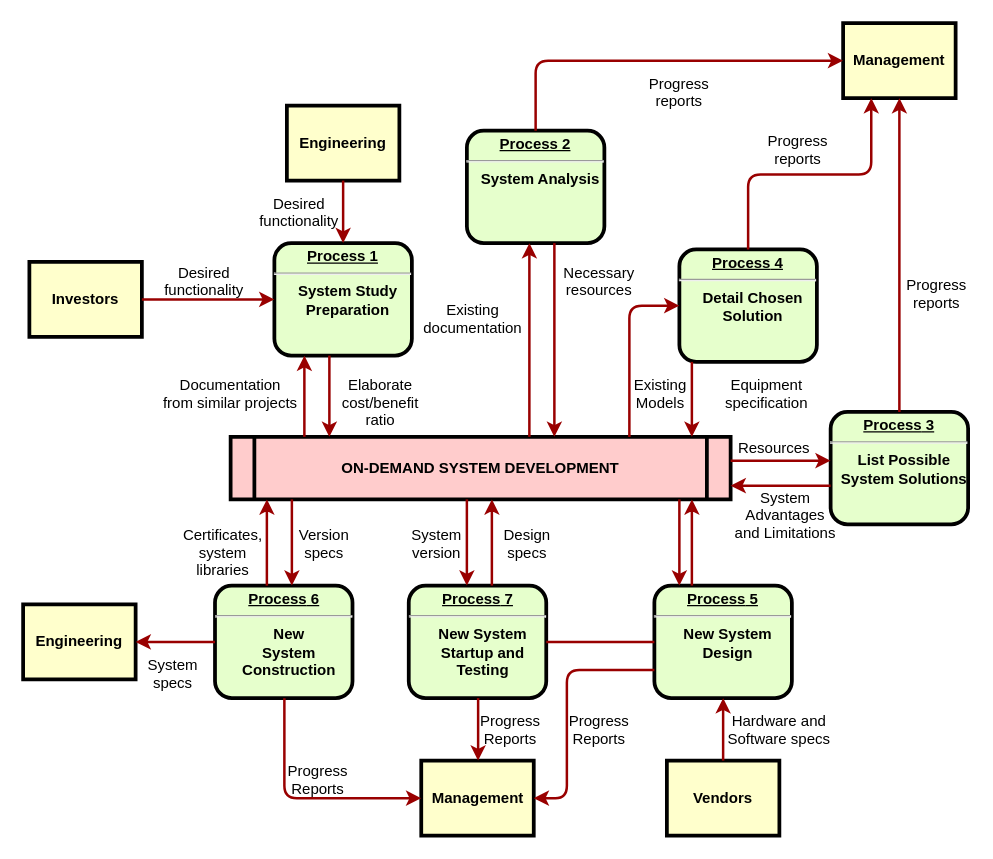
Above: Untitled Diagram.drawio in mtitinger/zz_doc (draw.io), before the change. Source tidied: cells renumbered, new cells numbered last; positions are measured from the earlier drawing's top-left corner, leaving out a move shared by most shapes. Both pictures are drawn from the tidied source at 125%, with x=0, y=0 at pixel (22, 22).
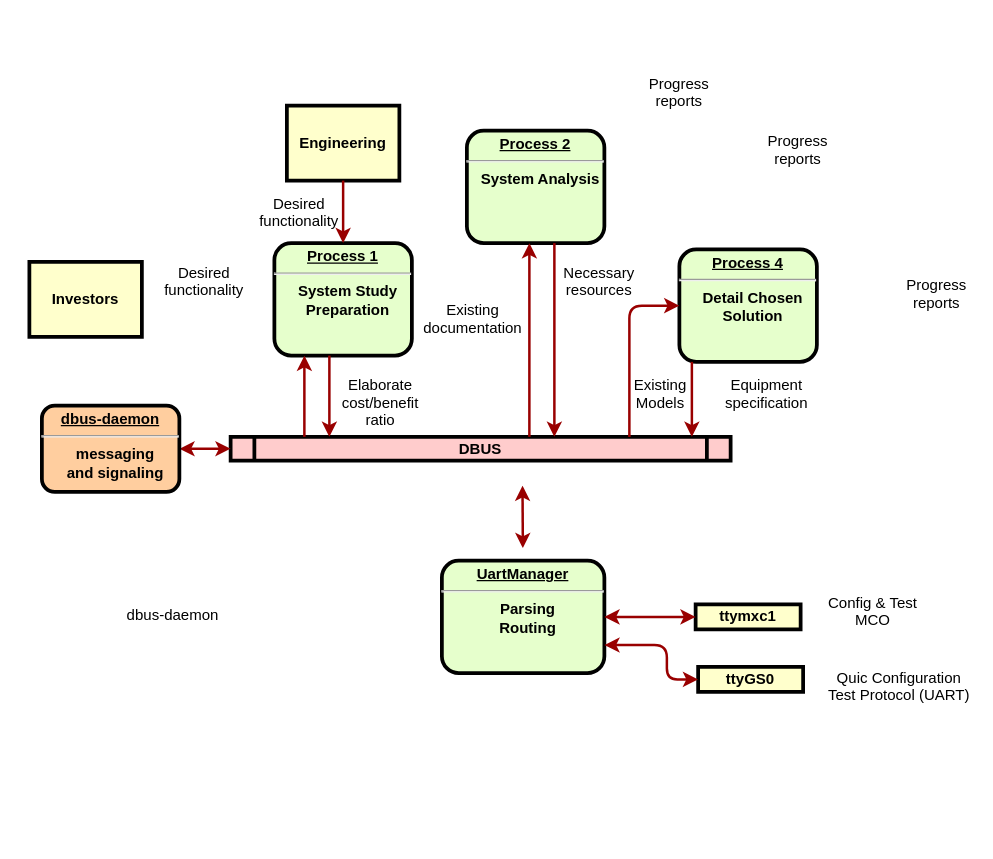
Above is the later version.

The change refers to these unchanged cells:
```xml
<mxCell id="2" value="&lt;p style=&quot;margin: 0px; margin-top: 4px; text-align: center; text-decoration: underline;&quot;&gt;&lt;strong&gt;Process 1&lt;br /&gt;&lt;/strong&gt;&lt;/p&gt;&lt;hr /&gt;&lt;p style=&quot;margin: 0px; margin-left: 8px;&quot;&gt;System Study&lt;/p&gt;&lt;p style=&quot;margin: 0px; margin-left: 8px;&quot;&gt;Preparation&lt;/p&gt;" style="verticalAlign=middle;align=center;overflow=fill;fontSize=12;fontFamily=Helvetica;html=1;rounded=1;fontStyle=1;strokeWidth=3;fillColor=#E6FFCC;" parent="1" vertex="1">
  <mxGeometry x="201" y="176" width="110" height="90" as="geometry" />
</mxCell>
<mxCell id="4" value="Investors" style="whiteSpace=wrap;align=center;verticalAlign=middle;fontStyle=1;strokeWidth=3;fillColor=#FFFFCC;" parent="1" vertex="1">
  <mxGeometry x="5" y="191" width="90" height="60" as="geometry" />
</mxCell>
<mxCell id="6" value="&lt;p style=&quot;margin: 0px; margin-top: 4px; text-align: center; text-decoration: underline;&quot;&gt;&lt;strong&gt;Process 2&lt;br /&gt;&lt;/strong&gt;&lt;/p&gt;&lt;hr /&gt;&lt;p style=&quot;margin: 0px; margin-left: 8px;&quot;&gt;System Analysis&lt;/p&gt;" style="verticalAlign=middle;align=center;overflow=fill;fontSize=12;fontFamily=Helvetica;html=1;rounded=1;fontStyle=1;strokeWidth=3;fillColor=#E6FFCC;" parent="1" vertex="1">
  <mxGeometry x="355" y="86" width="110" height="90" as="geometry" />
</mxCell>
<mxCell id="8" value="&lt;p style=&quot;margin: 0px; margin-top: 4px; text-align: center; text-decoration: underline;&quot;&gt;&lt;strong&gt;&lt;strong&gt;Process&lt;/strong&gt; 4&lt;br /&gt;&lt;/strong&gt;&lt;/p&gt;&lt;hr /&gt;&lt;p style=&quot;margin: 0px; margin-left: 8px;&quot;&gt;Detail Chosen&lt;/p&gt;&lt;p style=&quot;margin: 0px; margin-left: 8px;&quot;&gt;Solution&lt;/p&gt;" style="verticalAlign=middle;align=center;overflow=fill;fontSize=12;fontFamily=Helvetica;html=1;rounded=1;fontStyle=1;strokeWidth=3;fillColor=#E6FFCC;" parent="1" vertex="1">
  <mxGeometry x="525" y="181" width="110" height="90" as="geometry" />
</mxCell>
```

The edit, as a diff of the source:
```diff
@@
-    <mxCell id="5" value="ON-DEMAND SYSTEM DEVELOPMENT" style="shape=process;whiteSpace=wrap;align=center;verticalAlign=middle;size=0.0475;fontStyle=1;strokeWidth=3;fillColor=#FFCCCC;" parent="1" vertex="1">
-      <mxGeometry x="166" y="331" width="400" height="50" as="geometry" />
+    <mxCell id="5" value="DBUS" style="shape=process;whiteSpace=wrap;align=center;verticalAlign=middle;size=0.0475;fontStyle=1;strokeWidth=3;fillColor=#FFCCCC;" parent="1" vertex="1">
+      <mxGeometry x="166" y="331" width="400" height="19" as="geometry" />
     </mxCell>
@@
-    <mxCell id="7" value="&lt;p style=&quot;margin: 0px; margin-top: 4px; text-align: center; text-decoration: underline;&quot;&gt;&lt;strong&gt;&lt;strong&gt;Process&lt;/strong&gt; 3&lt;br /&gt;&lt;/strong&gt;&lt;/p&gt;&lt;hr /&gt;&lt;p style=&quot;margin: 0px; margin-left: 8px;&quot;&gt;List Possible&lt;/p&gt;&lt;p style=&quot;margin: 0px; margin-left: 8px;&quot;&gt;System Solutions&lt;/p&gt;" style="verticalAlign=middle;align=center;overflow=fill;fontSize=12;fontFamily=Helvetica;html=1;rounded=1;fontStyle=1;strokeWidth=3;fillColor=#E6FFCC;" parent="1" vertex="1">
-      <mxGeometry x="646" y="311" width="110" height="90" as="geometry" />
-    </mxCell>
@@
-    <mxCell id="9" value="&lt;p style=&quot;margin: 0px; margin-top: 4px; text-align: center; text-decoration: underline;&quot;&gt;&lt;strong&gt;&lt;strong&gt;Process&lt;/strong&gt; 5&lt;br /&gt;&lt;/strong&gt;&lt;/p&gt;&lt;hr /&gt;&lt;p style=&quot;margin: 0px; margin-left: 8px;&quot;&gt;New System&lt;/p&gt;&lt;p style=&quot;margin: 0px; margin-left: 8px;&quot;&gt;Design&lt;/p&gt;" style="verticalAlign=middle;align=center;overflow=fill;fontSize=12;fontFamily=Helvetica;html=1;rounded=1;fontStyle=1;strokeWidth=3;fillColor=#E6FFCC;" parent="1" vertex="1">
-      <mxGeometry x="505" y="450" width="110" height="90" as="geometry" />
+    <mxCell id="9" value="&lt;p style=&quot;margin: 0px ; margin-top: 4px ; text-align: center ; text-decoration: underline&quot;&gt;&lt;strong&gt;UartManager&lt;br&gt;&lt;/strong&gt;&lt;/p&gt;&lt;hr&gt;&lt;p style=&quot;margin: 0px ; margin-left: 8px&quot;&gt;&lt;span&gt;Parsing&lt;/span&gt;&lt;br&gt;&lt;/p&gt;&lt;p style=&quot;margin: 0px ; margin-left: 8px&quot;&gt;&lt;span&gt;Routing&lt;/span&gt;&lt;/p&gt;&lt;p style=&quot;margin: 0px ; margin-left: 8px&quot;&gt;&lt;br&gt;&lt;/p&gt;" style="verticalAlign=middle;align=center;overflow=fill;fontSize=12;fontFamily=Helvetica;html=1;rounded=1;fontStyle=1;strokeWidth=3;fillColor=#E6FFCC;" parent="1" vertex="1">
+      <mxGeometry x="335" y="430" width="130" height="90" as="geometry" />
     </mxCell>
-    <mxCell id="10" value="&lt;p style=&quot;margin: 0px; margin-top: 4px; text-align: center; text-decoration: underline;&quot;&gt;&lt;strong&gt;&lt;strong&gt;Process&lt;/strong&gt; 6&lt;br /&gt;&lt;/strong&gt;&lt;/p&gt;&lt;hr /&gt;&lt;p style=&quot;margin: 0px; margin-left: 8px;&quot;&gt;New&lt;/p&gt;&lt;p style=&quot;margin: 0px; margin-left: 8px;&quot;&gt;System&lt;/p&gt;&lt;p style=&quot;margin: 0px; margin-left: 8px;&quot;&gt;Construction&lt;/p&gt;" style="verticalAlign=middle;align=center;overflow=fill;fontSize=12;fontFamily=Helvetica;html=1;rounded=1;fontStyle=1;strokeWidth=3;fillColor=#E6FFCC;" parent="1" vertex="1">
-      <mxGeometry x="153.5" y="450" width="110" height="90" as="geometry" />
-    </mxCell>
-    <mxCell id="11" value="Management" style="whiteSpace=wrap;align=center;verticalAlign=middle;fontStyle=1;strokeWidth=3;fillColor=#FFFFCC;" parent="1" vertex="1">
-      <mxGeometry x="656" width="90" height="60" as="geometry" />
+    <mxCell id="11" value="ttyGS0" style="whiteSpace=wrap;align=center;verticalAlign=middle;fontStyle=1;strokeWidth=3;fillColor=#FFFFCC;" parent="1" vertex="1">
+      <mxGeometry x="540" y="515" width="84" height="20" as="geometry" />
     </mxCell>
-    <mxCell id="12" value="Management" style="whiteSpace=wrap;align=center;verticalAlign=middle;fontStyle=1;strokeWidth=3;fillColor=#FFFFCC;" parent="1" vertex="1">
-      <mxGeometry x="318.5" y="590" width="90" height="60" as="geometry" />
-    </mxCell>
-    <mxCell id="13" value="Engineering" style="whiteSpace=wrap;align=center;verticalAlign=middle;fontStyle=1;strokeWidth=3;fillColor=#FFFFCC;" parent="1" vertex="1">
-      <mxGeometry y="465" width="90" height="60" as="geometry" />
-    </mxCell>
-    <mxCell id="14" value="Vendors" style="whiteSpace=wrap;align=center;verticalAlign=middle;fontStyle=1;strokeWidth=3;fillColor=#FFFFCC;" parent="1" vertex="1">
-      <mxGeometry x="515" y="590" width="90" height="60" as="geometry" />
+    <mxCell id="14" value="ttymxc1" style="whiteSpace=wrap;align=center;verticalAlign=middle;fontStyle=1;strokeWidth=3;fillColor=#FFFFCC;" parent="1" vertex="1">
+      <mxGeometry x="538" y="465" width="84" height="20" as="geometry" />
     </mxCell>
@@
-    <mxCell id="16" style="edgeStyle=none;noEdgeStyle=1;strokeColor=#990000;strokeWidth=2;" parent="1" edge="1" source="4" target="2">
+    <mxCell id="16" style="edgeStyle=none;noEdgeStyle=1;strokeColor=#990000;strokeWidth=2;exitX=1;exitY=0.5;exitDx=0;exitDy=0;entryX=0;entryY=0.5;entryDx=0;entryDy=0;startArrow=classic;startFill=1;" parent="1" edge="1" source="63" target="5">
       <mxGeometry relative="1" as="geometry" />
     </mxCell>
-    <mxCell id="17" value="&lt;p style=&quot;margin: 0px; margin-top: 4px; text-align: center; text-decoration: underline;&quot;&gt;&lt;strong&gt;&lt;strong&gt;Process&lt;/strong&gt; 7&lt;br /&gt;&lt;/strong&gt;&lt;/p&gt;&lt;hr /&gt;&lt;p style=&quot;margin: 0px; margin-left: 8px;&quot;&gt;New System&lt;/p&gt;&lt;p style=&quot;margin: 0px; margin-left: 8px;&quot;&gt;Startup and&lt;/p&gt;&lt;p style=&quot;margin: 0px; margin-left: 8px;&quot;&gt;Testing&lt;/p&gt;" style="verticalAlign=middle;align=center;overflow=fill;fontSize=12;fontFamily=Helvetica;html=1;rounded=1;fontStyle=1;strokeWidth=3;fillColor=#E6FFCC;" parent="1" vertex="1">
-      <mxGeometry x="308.5" y="450" width="110" height="90" as="geometry" />
-    </mxCell>
-    <mxCell id="18" style="endArrow=none;noEdgeStyle=1;strokeColor=#990000;strokeWidth=2;" parent="1" edge="1" source="9" target="17">
-      <mxGeometry relative="1" as="geometry" />
-    </mxCell>
@@
-    <mxCell id="21" value="Documentation&#10;from similar projects" style="text;spacingTop=-5;align=center;" parent="1" vertex="1">
-      <mxGeometry x="151" y="281" width="30" height="20" as="geometry" />
-    </mxCell>
@@
-    <mxCell id="32" style="edgeStyle=elbowEdgeStyle;elbow=horizontal;strokeColor=#990000;strokeWidth=2;" parent="1" edge="1" source="6" target="11">
-      <mxGeometry relative="1" as="geometry">
-        <Array as="points">
-          <mxPoint x="410" y="80" />
-        </Array>
-      </mxGeometry>
-    </mxCell>
-    <mxCell id="33" style="edgeStyle=elbowEdgeStyle;elbow=vertical;entryX=0.25;entryY=1;strokeColor=#990000;strokeWidth=2;" parent="1" edge="1" source="8" target="11">
-      <mxGeometry relative="1" as="geometry" />
-    </mxCell>
-    <mxCell id="34" style="edgeStyle=elbowEdgeStyle;elbow=horizontal;strokeColor=#990000;strokeWidth=2;" parent="1" edge="1" source="7" target="11">
-      <mxGeometry relative="1" as="geometry" />
-    </mxCell>
@@
-    <mxCell id="39" style="edgeStyle=elbowEdgeStyle;elbow=vertical;strokeColor=#990000;strokeWidth=2;" parent="1" edge="1" source="5" target="7">
-      <mxGeometry relative="1" as="geometry">
-        <Array as="points">
-          <mxPoint x="615" y="350" />
-        </Array>
-      </mxGeometry>
-    </mxCell>
-    <mxCell id="40" style="edgeStyle=elbowEdgeStyle;elbow=vertical;strokeColor=#990000;strokeWidth=2;" parent="1" edge="1" source="7" target="5">
-      <mxGeometry relative="1" as="geometry">
-        <Array as="points">
-          <mxPoint x="615" y="370" />
-        </Array>
-      </mxGeometry>
-    </mxCell>
-    <mxCell id="41" value="Resources" style="text;spacingTop=-5;align=center;" parent="1" vertex="1">
-      <mxGeometry x="586" y="331" width="30" height="20" as="geometry" />
-    </mxCell>
-    <mxCell id="42" value="System &#10;Advantages &#10;and Limitations" style="text;spacingTop=-5;align=center;" parent="1" vertex="1">
-      <mxGeometry x="595" y="371" width="30" height="20" as="geometry" />
-    </mxCell>
-    <mxCell id="43" style="edgeStyle=elbowEdgeStyle;elbow=horizontal;strokeColor=#990000;strokeWidth=2;" parent="1" edge="1" source="9" target="5">
-      <mxGeometry relative="1" as="geometry">
-        <Array as="points">
-          <mxPoint x="535" y="410" />
-        </Array>
-      </mxGeometry>
-    </mxCell>
-    <mxCell id="44" style="edgeStyle=elbowEdgeStyle;elbow=horizontal;strokeColor=#990000;strokeWidth=2;" parent="1" edge="1" source="5" target="9">
-      <mxGeometry relative="1" as="geometry">
-        <Array as="points">
-          <mxPoint x="525" y="420" />
-        </Array>
-      </mxGeometry>
-    </mxCell>
-    <mxCell id="45" style="edgeStyle=elbowEdgeStyle;elbow=horizontal;strokeColor=#990000;strokeWidth=2;" parent="1" edge="1" source="14" target="9">
-      <mxGeometry relative="1" as="geometry" />
-    </mxCell>
-    <mxCell id="46" value="Hardware and&#10;Software specs" style="text;spacingTop=-5;align=center;" parent="1" vertex="1">
-      <mxGeometry x="590" y="550" width="30" height="20" as="geometry" />
-    </mxCell>
-    <mxCell id="47" style="edgeStyle=elbowEdgeStyle;elbow=horizontal;exitX=0;exitY=0.75;strokeColor=#990000;strokeWidth=2;" parent="1" edge="1" source="9" target="12">
-      <mxGeometry relative="1" as="geometry">
-        <Array as="points">
-          <mxPoint x="435" y="570" />
-        </Array>
-      </mxGeometry>
-    </mxCell>
-    <mxCell id="48" value="Progress&#10;Reports" style="text;spacingTop=-5;align=center;" parent="1" vertex="1">
-      <mxGeometry x="446" y="550" width="30" height="20" as="geometry" />
+    <mxCell id="48" value="Quic Configuration&#10;Test Protocol (UART)" style="text;spacingTop=-5;align=center;" parent="1" vertex="1">
+      <mxGeometry x="686" y="515" width="30" height="40" as="geometry" />
     </mxCell>
-    <mxCell id="49" style="edgeStyle=elbowEdgeStyle;elbow=horizontal;strokeColor=#990000;strokeWidth=2;" parent="1" edge="1" source="17" target="12">
-      <mxGeometry relative="1" as="geometry" />
-    </mxCell>
-    <mxCell id="50" value="Progress&#10;Reports" style="text;spacingTop=-5;align=center;" parent="1" vertex="1">
-      <mxGeometry x="375" y="550" width="30" height="20" as="geometry" />
-    </mxCell>
-    <mxCell id="51" style="edgeStyle=elbowEdgeStyle;elbow=horizontal;strokeColor=#990000;strokeWidth=2;" parent="1" edge="1" source="10" target="12">
-      <mxGeometry relative="1" as="geometry">
-        <Array as="points">
-          <mxPoint x="209" y="570" />
-        </Array>
-      </mxGeometry>
-    </mxCell>
-    <mxCell id="52" value="Progress&#10;Reports" style="text;spacingTop=-5;align=center;" parent="1" vertex="1">
-      <mxGeometry x="221" y="590" width="30" height="20" as="geometry" />
-    </mxCell>
-    <mxCell id="53" style="edgeStyle=elbowEdgeStyle;elbow=vertical;strokeColor=#990000;strokeWidth=2;" parent="1" edge="1" source="10" target="13">
-      <mxGeometry relative="1" as="geometry" />
-    </mxCell>
-    <mxCell id="54" style="edgeStyle=elbowEdgeStyle;elbow=horizontal;strokeColor=#990000;strokeWidth=2;" parent="1" edge="1" source="5" target="17">
-      <mxGeometry relative="1" as="geometry">
-        <Array as="points">
-          <mxPoint x="355" y="410" />
-        </Array>
-      </mxGeometry>
-    </mxCell>
-    <mxCell id="55" style="edgeStyle=elbowEdgeStyle;elbow=horizontal;strokeColor=#990000;strokeWidth=2;" parent="1" edge="1" source="17" target="5">
-      <mxGeometry relative="1" as="geometry">
-        <Array as="points">
-          <mxPoint x="375" y="410" />
-        </Array>
-      </mxGeometry>
-    </mxCell>
-    <mxCell id="56" value="Version&#10;specs" style="text;spacingTop=-5;align=center;" parent="1" vertex="1">
-      <mxGeometry x="226" y="401" width="30" height="20" as="geometry" />
-    </mxCell>
-    <mxCell id="57" value="Certificates,&#10;system&#10;libraries" style="text;spacingTop=-5;align=center;" parent="1" vertex="1">
-      <mxGeometry x="145" y="401" width="30" height="20" as="geometry" />
+    <mxCell id="57" value="dbus-daemon" style="text;spacingTop=-5;align=center;" parent="1" vertex="1">
+      <mxGeometry x="85" y="465" width="70" height="65" as="geometry" />
     </mxCell>
-    <mxCell id="58" style="edgeStyle=elbowEdgeStyle;elbow=horizontal;strokeColor=#990000;strokeWidth=2;" parent="1" edge="1" source="5" target="10">
-      <mxGeometry relative="1" as="geometry">
-        <Array as="points">
-          <mxPoint x="215" y="410" />
-        </Array>
-      </mxGeometry>
-    </mxCell>
-    <mxCell id="59" style="edgeStyle=elbowEdgeStyle;elbow=horizontal;strokeColor=#990000;strokeWidth=2;" parent="1" edge="1" source="10" target="5">
-      <mxGeometry relative="1" as="geometry">
-        <Array as="points">
-          <mxPoint x="195" y="410" />
-        </Array>
-      </mxGeometry>
-    </mxCell>
-    <mxCell id="60" value="System&#10;specs" style="text;spacingTop=-5;align=center;" parent="1" vertex="1">
-      <mxGeometry x="105" y="505" width="30" height="20" as="geometry" />
-    </mxCell>
-    <mxCell id="61" value="Design&#10;specs" style="text;spacingTop=-5;align=center;" parent="1" vertex="1">
-      <mxGeometry x="388.5" y="401" width="30" height="20" as="geometry" />
-    </mxCell>
-    <mxCell id="62" value="System&#10;version" style="text;spacingTop=-5;align=center;" parent="1" vertex="1">
-      <mxGeometry x="316" y="401" width="30" height="20" as="geometry" />
-    </mxCell>
+    <mxCell id="63" value="&lt;p style=&quot;margin: 0px ; margin-top: 4px ; text-align: center ; text-decoration: underline&quot;&gt;&lt;strong&gt;dbus-daemon&lt;br&gt;&lt;/strong&gt;&lt;/p&gt;&lt;hr&gt;&lt;p style=&quot;margin: 0px ; margin-left: 8px&quot;&gt;messaging&lt;/p&gt;&lt;p style=&quot;margin: 0px ; margin-left: 8px&quot;&gt;and signaling&lt;/p&gt;" style="verticalAlign=middle;align=center;overflow=fill;fontSize=12;fontFamily=Helvetica;html=1;rounded=1;fontStyle=1;strokeWidth=3;fillColor=#FFCE9F;" parent="1" vertex="1">
+      <mxGeometry x="15" y="306" width="110" height="69" as="geometry" />
+    </mxCell>
+    <mxCell id="64" value="Config &amp; Test&#10;MCO" style="text;spacingTop=-5;align=center;" parent="1" vertex="1">
+      <mxGeometry x="665" y="455" width="30" height="40" as="geometry" />
+    </mxCell>
+    <mxCell id="65" style="edgeStyle=elbowEdgeStyle;elbow=horizontal;strokeColor=#990000;strokeWidth=2;entryX=0;entryY=0.5;entryDx=0;entryDy=0;startArrow=classic;startFill=1;exitX=1;exitY=0.5;exitDx=0;exitDy=0;" parent="1" edge="1" source="9" target="14">
+      <mxGeometry relative="1" as="geometry">
+        <Array as="points">
+          <mxPoint x="505" y="490" />
+        </Array>
+      </mxGeometry>
+    </mxCell>
+    <mxCell id="66" style="edgeStyle=elbowEdgeStyle;elbow=horizontal;strokeColor=#990000;strokeWidth=2;entryX=0;entryY=0.5;entryDx=0;entryDy=0;startArrow=classic;startFill=1;exitX=1;exitY=0.75;exitDx=0;exitDy=0;" parent="1" edge="1" source="9" target="11">
+      <mxGeometry relative="1" as="geometry">
+        <Array as="points">
+          <mxPoint x="515" y="500" />
+        </Array>
+      </mxGeometry>
+    </mxCell>
+    <mxCell id="67" style="edgeStyle=elbowEdgeStyle;elbow=horizontal;strokeColor=#990000;strokeWidth=2;startArrow=classic;startFill=1;" parent="1" edge="1">
+      <mxGeometry relative="1" as="geometry">
+        <mxPoint x="399.8" y="420" as="sourcePoint" />
+        <mxPoint x="400" y="370" as="targetPoint" />
+        <Array as="points">
+          <mxPoint x="399.5" y="416" />
+        </Array>
+      </mxGeometry>
+    </mxCell>
```
